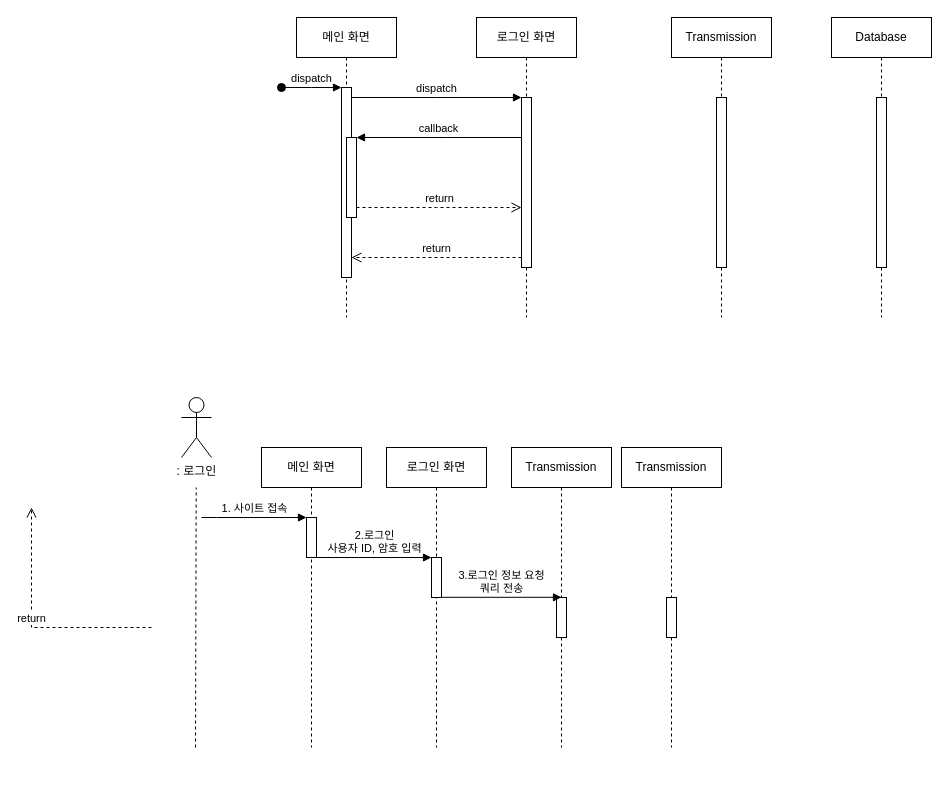
The draw.io diagram sloweat/sloweat_operation_sequence_회원가입.drawio in his8457/diagram, before the edit. Source tidied: cells renumbered, new cells numbered last; positions are measured from the earlier drawing's top-left corner, leaving out a move shared by most shapes. Both pictures are drawn from the tidied source at 100%, with x=0, y=0 at pixel (31, 17).
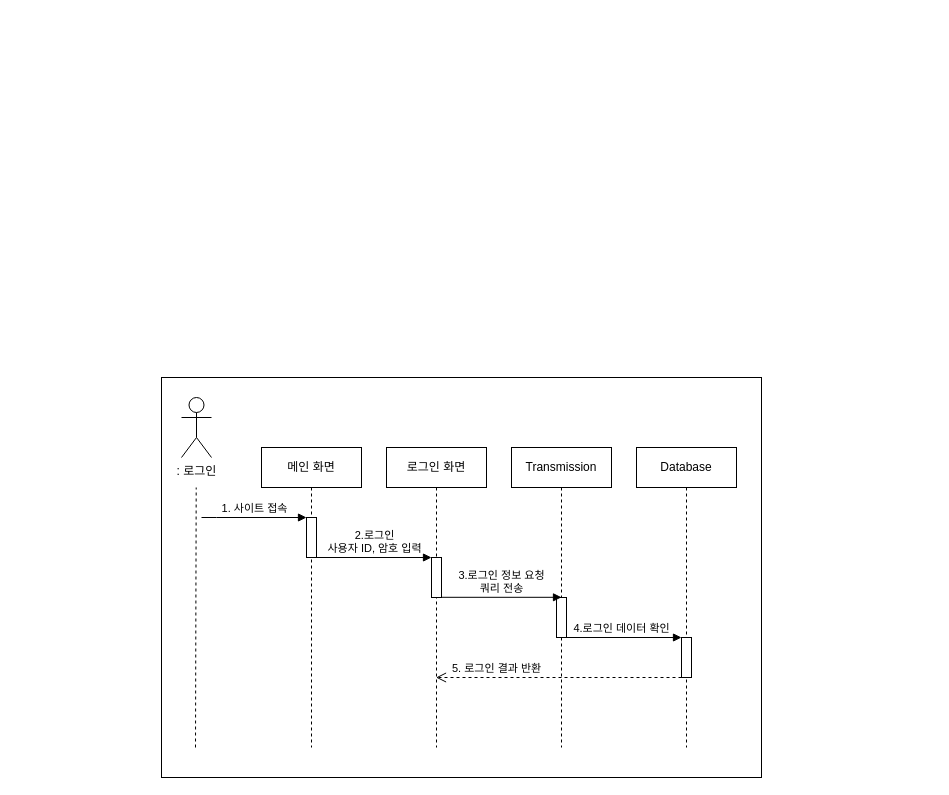
After the change.

Commit message (it also covers changes not shown here):
sloweat_operation_sequence_회원가입.drawio 업데이트

The change refers to these unchanged cells:
```xml
<mxCell id="18" value="로그인 화면" style="shape=umlLifeline;perimeter=lifelinePerimeter;whiteSpace=wrap;html=1;outlineConnect=0;portConstraint=eastwest;newEdgeStyle={&quot;edgeStyle&quot;:&quot;elbowEdgeStyle&quot;,&quot;elbow&quot;:&quot;vertical&quot;,&quot;curved&quot;:0,&quot;rounded&quot;:0};" parent="1" vertex="1">
  <mxGeometry x="355" y="430" width="100" height="300" as="geometry" />
</mxCell>
```

Diff of the diagram source:
```diff
@@
-    <mxCell id="2" value="메인 화면" style="shape=umlLifeline;perimeter=lifelinePerimeter;whiteSpace=wrap;html=1;newEdgeStyle={&quot;edgeStyle&quot;:&quot;elbowEdgeStyle&quot;,&quot;elbow&quot;:&quot;vertical&quot;,&quot;curved&quot;:0,&quot;rounded&quot;:0};" parent="1" vertex="1">
-      <mxGeometry x="265" width="100" height="300" as="geometry" />
-    </mxCell>
-    <mxCell id="3" style="html=1;points=[];perimeter=orthogonalPerimeter;outlineConnect=0;targetShapes=umlLifeline;portConstraint=eastwest;newEdgeStyle={&quot;edgeStyle&quot;:&quot;elbowEdgeStyle&quot;,&quot;elbow&quot;:&quot;vertical&quot;,&quot;curved&quot;:0,&quot;rounded&quot;:0};" parent="2" vertex="1">
-      <mxGeometry x="45" y="70" width="10" height="190" as="geometry" />
-    </mxCell>
-    <mxCell id="4" value="dispatch" style="html=1;verticalAlign=bottom;startArrow=oval;endArrow=block;startSize=8;edgeStyle=elbowEdgeStyle;elbow=vertical;curved=0;rounded=0;" parent="2" edge="1" target="3">
-      <mxGeometry relative="1" as="geometry">
-        <mxPoint x="-15" y="70" as="sourcePoint" />
-      </mxGeometry>
-    </mxCell>
-    <mxCell id="5" style="html=1;points=[];perimeter=orthogonalPerimeter;outlineConnect=0;targetShapes=umlLifeline;portConstraint=eastwest;newEdgeStyle={&quot;edgeStyle&quot;:&quot;elbowEdgeStyle&quot;,&quot;elbow&quot;:&quot;vertical&quot;,&quot;curved&quot;:0,&quot;rounded&quot;:0};" parent="2" vertex="1">
-      <mxGeometry x="50" y="120" width="10" height="80" as="geometry" />
-    </mxCell>
-    <mxCell id="6" value="로그인 화면" style="shape=umlLifeline;perimeter=lifelinePerimeter;whiteSpace=wrap;html=1;newEdgeStyle={&quot;edgeStyle&quot;:&quot;elbowEdgeStyle&quot;,&quot;elbow&quot;:&quot;vertical&quot;,&quot;curved&quot;:0,&quot;rounded&quot;:0};" parent="1" vertex="1">
-      <mxGeometry x="445" width="100" height="300" as="geometry" />
-    </mxCell>
-    <mxCell id="7" style="html=1;points=[];perimeter=orthogonalPerimeter;outlineConnect=0;targetShapes=umlLifeline;portConstraint=eastwest;newEdgeStyle={&quot;edgeStyle&quot;:&quot;elbowEdgeStyle&quot;,&quot;elbow&quot;:&quot;vertical&quot;,&quot;curved&quot;:0,&quot;rounded&quot;:0};" parent="6" vertex="1">
-      <mxGeometry x="45" y="80" width="10" height="170" as="geometry" />
-    </mxCell>
-    <mxCell id="8" value="dispatch" style="html=1;verticalAlign=bottom;endArrow=block;edgeStyle=elbowEdgeStyle;elbow=vertical;curved=0;rounded=0;" parent="1" edge="1" source="3" target="7">
-      <mxGeometry relative="1" as="geometry">
-        <Array as="points">
-          <mxPoint x="405" y="80" />
-        </Array>
-      </mxGeometry>
-    </mxCell>
-    <mxCell id="9" value="return" style="html=1;verticalAlign=bottom;endArrow=open;dashed=1;endSize=8;edgeStyle=elbowEdgeStyle;elbow=vertical;curved=0;rounded=0;" parent="1" edge="1" source="7" target="3">
-      <mxGeometry relative="1" as="geometry">
-        <Array as="points">
-          <mxPoint x="415" y="240" />
-        </Array>
-      </mxGeometry>
-    </mxCell>
-    <mxCell id="10" value="callback" style="html=1;verticalAlign=bottom;endArrow=block;edgeStyle=elbowEdgeStyle;elbow=vertical;curved=0;rounded=0;" parent="1" edge="1" source="7" target="5">
-      <mxGeometry relative="1" as="geometry">
-        <Array as="points">
-          <mxPoint x="415" y="120" />
-        </Array>
-      </mxGeometry>
-    </mxCell>
-    <mxCell id="11" value="return" style="html=1;verticalAlign=bottom;endArrow=open;dashed=1;endSize=8;edgeStyle=elbowEdgeStyle;elbow=vertical;curved=0;rounded=0;" parent="1" edge="1" source="5" target="7">
-      <mxGeometry relative="1" as="geometry">
-        <Array as="points">
-          <mxPoint x="405" y="190" />
-        </Array>
-      </mxGeometry>
-    </mxCell>
-    <mxCell id="12" value="Transmission" style="shape=umlLifeline;perimeter=lifelinePerimeter;whiteSpace=wrap;html=1;newEdgeStyle={&quot;edgeStyle&quot;:&quot;elbowEdgeStyle&quot;,&quot;elbow&quot;:&quot;vertical&quot;,&quot;curved&quot;:0,&quot;rounded&quot;:0};" parent="1" vertex="1">
-      <mxGeometry x="640" width="100" height="300" as="geometry" />
-    </mxCell>
-    <mxCell id="13" style="html=1;perimeter=orthogonalPerimeter;targetShapes=umlLifeline;newEdgeStyle={&quot;edgeStyle&quot;:&quot;elbowEdgeStyle&quot;,&quot;elbow&quot;:&quot;vertical&quot;,&quot;curved&quot;:0,&quot;rounded&quot;:0};" parent="12" vertex="1">
-      <mxGeometry x="45" y="80" width="10" height="170" as="geometry" />
-    </mxCell>
-    <mxCell id="14" value="Database" style="shape=umlLifeline;perimeter=lifelinePerimeter;whiteSpace=wrap;html=1;newEdgeStyle={&quot;edgeStyle&quot;:&quot;elbowEdgeStyle&quot;,&quot;elbow&quot;:&quot;vertical&quot;,&quot;curved&quot;:0,&quot;rounded&quot;:0};" parent="1" vertex="1">
-      <mxGeometry x="800" width="100" height="300" as="geometry" />
-    </mxCell>
-    <mxCell id="15" style="html=1;perimeter=orthogonalPerimeter;targetShapes=umlLifeline;newEdgeStyle={&quot;edgeStyle&quot;:&quot;elbowEdgeStyle&quot;,&quot;elbow&quot;:&quot;vertical&quot;,&quot;curved&quot;:0,&quot;rounded&quot;:0};" parent="14" vertex="1">
-      <mxGeometry x="45" y="80" width="10" height="170" as="geometry" />
-    </mxCell>
+    <mxCell id="30" style="rounded=0;whiteSpace=wrap;html=1;" parent="1" vertex="1">
+      <mxGeometry x="130" y="360" width="600" height="400" as="geometry" />
+    </mxCell>
@@
-    <mxCell id="21" value="return" style="html=1;verticalAlign=bottom;endArrow=open;dashed=1;endSize=8;edgeStyle=elbowEdgeStyle;elbow=vertical;curved=0;rounded=0;" parent="1" edge="1">
-      <mxGeometry relative="1" as="geometry">
-        <mxPoint x="120" y="610" as="sourcePoint" />
-        <mxPoint y="490" as="targetPoint" />
+    <mxCell id="21" value="5. 로그인 결과 반환" style="html=1;verticalAlign=bottom;endArrow=open;dashed=1;endSize=8;edgeStyle=elbowEdgeStyle;elbow=vertical;curved=0;rounded=0;align=left;" parent="1" edge="1" source="29" target="18">
+      <mxGeometry x="0.88" relative="1" as="geometry">
         <Array as="points">
-          <mxPoint x="130" y="610" />
+          <mxPoint x="620" y="660" />
         </Array>
       </mxGeometry>
     </mxCell>
@@
-    <mxCell id="28" value="Transmission" style="shape=umlLifeline;perimeter=lifelinePerimeter;whiteSpace=wrap;html=1;newEdgeStyle={&quot;edgeStyle&quot;:&quot;elbowEdgeStyle&quot;,&quot;elbow&quot;:&quot;vertical&quot;,&quot;curved&quot;:0,&quot;rounded&quot;:0};" parent="1" vertex="1">
-      <mxGeometry x="590" y="430" width="100" height="300" as="geometry" />
+    <mxCell id="28" value="Database" style="shape=umlLifeline;perimeter=lifelinePerimeter;whiteSpace=wrap;html=1;newEdgeStyle={&quot;edgeStyle&quot;:&quot;elbowEdgeStyle&quot;,&quot;elbow&quot;:&quot;vertical&quot;,&quot;curved&quot;:0,&quot;rounded&quot;:0};" parent="1" vertex="1">
+      <mxGeometry x="605" y="430" width="100" height="300" as="geometry" />
     </mxCell>
     <mxCell id="29" style="html=1;points=[];perimeter=orthogonalPerimeter;outlineConnect=0;targetShapes=umlLifeline;portConstraint=eastwest;newEdgeStyle={&quot;edgeStyle&quot;:&quot;elbowEdgeStyle&quot;,&quot;elbow&quot;:&quot;vertical&quot;,&quot;curved&quot;:0,&quot;rounded&quot;:0};" parent="28" vertex="1">
-      <mxGeometry x="45" y="150" width="10" height="40" as="geometry" />
+      <mxGeometry x="45" y="190" width="10" height="40" as="geometry" />
     </mxCell>
+    <mxCell id="31" value="4.로그인 데이터 확인" style="html=1;verticalAlign=bottom;endArrow=block;edgeStyle=elbowEdgeStyle;elbow=vertical;curved=0;rounded=0;" parent="1" edge="1">
+      <mxGeometry relative="1" as="geometry">
+        <mxPoint x="530" y="620" as="sourcePoint" />
+        <mxPoint x="650" y="620" as="targetPoint" />
+        <Array as="points">
+          <mxPoint x="650" y="620" />
+        </Array>
+      </mxGeometry>
+    </mxCell>
```
